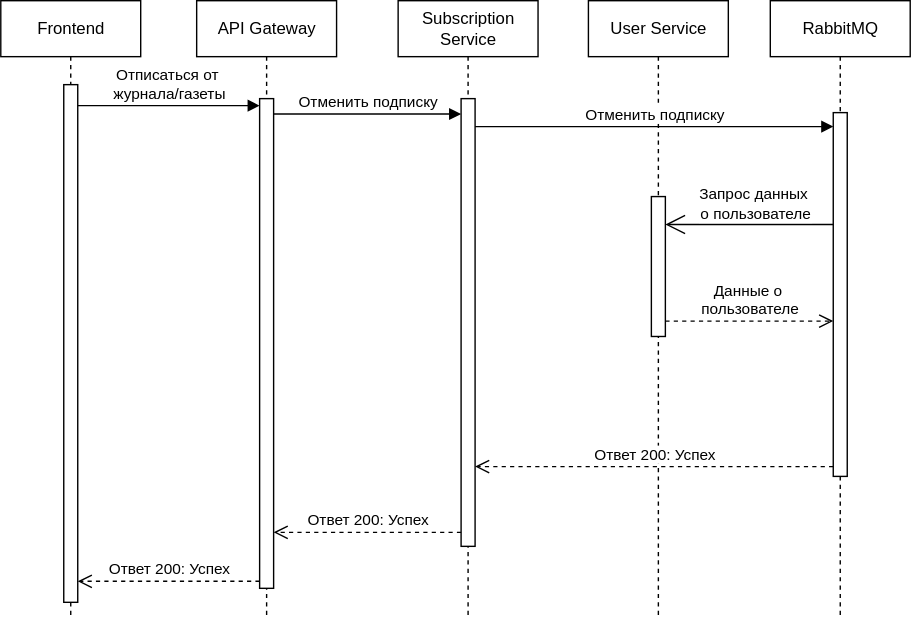
This is UML/UML_sequences_remove_subscription.svg from Michail19/NewspaperSubscriber, a draw.io export, as it was before one commit. Source tidied: cells renumbered, new cells last; positions are measured from the earlier drawing's top-left corner, leaving out a move shared by most shapes. Its diagram source:
```xml
<mxGraphModel>
  <root>
    <mxCell id="0" />
    <mxCell id="1" parent="0" />
    <mxCell id="2" value="Frontend" style="shape=umlLifeline;perimeter=lifelinePerimeter;whiteSpace=wrap;html=1;newEdgeStyle={&quot;curved&quot;:0,&quot;rounded&quot;:0};" parent="1" vertex="1">
      <mxGeometry width="100" height="440" as="geometry" />
    </mxCell>
    <mxCell id="3" style="html=1;points=[[0,0,0,0,5],[0,1,0,0,-5],[1,0,0,0,5],[1,1,0,0,-5]];perimeter=orthogonalPerimeter;outlineConnect=0;targetShapes=umlLifeline;portConstraint=eastwest;newEdgeStyle={&quot;curved&quot;:0,&quot;rounded&quot;:0};" parent="2" vertex="1">
      <mxGeometry x="45" y="60" width="10" height="370" as="geometry" />
    </mxCell>
    <mxCell id="4" value="API Gateway" style="shape=umlLifeline;perimeter=lifelinePerimeter;whiteSpace=wrap;html=1;newEdgeStyle={&quot;curved&quot;:0,&quot;rounded&quot;:0};" parent="1" vertex="1">
      <mxGeometry x="140" width="100" height="440" as="geometry" />
    </mxCell>
    <mxCell id="5" style="html=1;points=[[0,0,0,0,5],[0,1,0,0,-5],[1,0,0,0,5],[1,1,0,0,-5]];perimeter=orthogonalPerimeter;outlineConnect=0;targetShapes=umlLifeline;portConstraint=eastwest;newEdgeStyle={&quot;curved&quot;:0,&quot;rounded&quot;:0};" parent="4" vertex="1">
      <mxGeometry x="45" y="70" width="10" height="350" as="geometry" />
    </mxCell>
    <mxCell id="6" value="User Service" style="shape=umlLifeline;perimeter=lifelinePerimeter;whiteSpace=wrap;html=1;newEdgeStyle={&quot;curved&quot;:0,&quot;rounded&quot;:0};" parent="1" vertex="1">
      <mxGeometry x="420" width="100" height="440" as="geometry" />
    </mxCell>
    <mxCell id="7" style="html=1;perimeter=orthogonalPerimeter;targetShapes=umlLifeline;newEdgeStyle={&quot;curved&quot;:0,&quot;rounded&quot;:0};" parent="6" vertex="1">
      <mxGeometry x="45" y="140" width="10" height="100" as="geometry" />
    </mxCell>
    <mxCell id="8" value="Subscription Service" style="shape=umlLifeline;perimeter=lifelinePerimeter;whiteSpace=wrap;html=1;newEdgeStyle={&quot;curved&quot;:0,&quot;rounded&quot;:0};" parent="1" vertex="1">
      <mxGeometry x="284" width="100" height="440" as="geometry" />
    </mxCell>
    <mxCell id="9" style="html=1;points=[[0,0,0,0,5],[0,1,0,0,-5],[1,0,0,0,5],[1,1,0,0,-5]];perimeter=orthogonalPerimeter;outlineConnect=0;targetShapes=umlLifeline;portConstraint=eastwest;newEdgeStyle={&quot;curved&quot;:0,&quot;rounded&quot;:0};" parent="8" vertex="1">
      <mxGeometry x="45" y="70" width="10" height="320" as="geometry" />
    </mxCell>
    <mxCell id="10" value="RabbitMQ" style="shape=umlLifeline;perimeter=lifelinePerimeter;whiteSpace=wrap;html=1;newEdgeStyle={&quot;curved&quot;:0,&quot;rounded&quot;:0};" parent="1" vertex="1">
      <mxGeometry x="550" width="100" height="440" as="geometry" />
    </mxCell>
    <mxCell id="11" style="html=1;points=[[0,0,0,0,5],[0,1,0,0,-5],[1,0,0,0,5],[1,1,0,0,-5]];perimeter=orthogonalPerimeter;outlineConnect=0;targetShapes=umlLifeline;portConstraint=eastwest;newEdgeStyle={&quot;curved&quot;:0,&quot;rounded&quot;:0};" parent="10" vertex="1">
      <mxGeometry x="45" y="80" width="10" height="260" as="geometry" />
    </mxCell>
    <mxCell id="12" value="Отписаться от&amp;nbsp;&lt;div&gt;журнала/газеты&lt;/div&gt;" style="html=1;verticalAlign=bottom;endArrow=block;curved=0;rounded=0;entryX=0;entryY=0;entryDx=0;entryDy=5;" parent="1" edge="1" source="3" target="5">
      <mxGeometry relative="1" as="geometry" />
    </mxCell>
    <mxCell id="13" value="Ответ 200: Успех" style="html=1;verticalAlign=bottom;endArrow=open;dashed=1;endSize=8;curved=0;rounded=0;exitX=0;exitY=1;exitDx=0;exitDy=-5;" parent="1" edge="1" source="5" target="3">
      <mxGeometry relative="1" as="geometry" />
    </mxCell>
    <mxCell id="14" value="Отменить подписку" style="html=1;verticalAlign=bottom;endArrow=block;curved=0;rounded=0;" parent="1" edge="1" target="9">
      <mxGeometry relative="1" as="geometry">
        <mxPoint x="195" y="81" as="sourcePoint" />
      </mxGeometry>
    </mxCell>
    <mxCell id="15" value="Отменить подписку" style="html=1;verticalAlign=bottom;endArrow=block;curved=0;rounded=0;" parent="1" edge="1" target="11">
      <mxGeometry relative="1" as="geometry">
        <mxPoint x="339" y="90" as="sourcePoint" />
      </mxGeometry>
    </mxCell>
    <mxCell id="16" style="endArrow=open;endFill=1;endSize=12;html=1;rounded=0;" parent="1" edge="1">
      <mxGeometry relative="1" as="geometry">
        <mxPoint x="595" y="160" as="sourcePoint" />
        <mxPoint x="475" y="160" as="targetPoint" />
      </mxGeometry>
    </mxCell>
    <mxCell id="17" value="Запрос данных&amp;nbsp;&lt;div&gt;о пользователе&lt;/div&gt;" style="edgeLabel;html=1;align=center;verticalAlign=middle;" parent="16" vertex="1">
      <mxGeometry x="-0.28" y="-1" relative="1" as="geometry">
        <mxPoint x="-14" y="-15" as="offset" />
      </mxGeometry>
    </mxCell>
    <mxCell id="18" value="Данные о&amp;nbsp;&lt;div&gt;пользователе&lt;/div&gt;" style="html=1;verticalAlign=bottom;endArrow=open;dashed=1;endSize=8;curved=0;rounded=0;" parent="1" edge="1">
      <mxGeometry relative="1" as="geometry">
        <mxPoint x="475" y="229" as="sourcePoint" />
        <mxPoint x="595" y="229" as="targetPoint" />
      </mxGeometry>
    </mxCell>
    <mxCell id="19" value="Ответ 200: Успех" style="html=1;verticalAlign=bottom;endArrow=open;dashed=1;endSize=8;curved=0;rounded=0;" parent="1" edge="1" source="11">
      <mxGeometry relative="1" as="geometry">
        <mxPoint x="339" y="333" as="targetPoint" />
      </mxGeometry>
    </mxCell>
    <mxCell id="20" value="Ответ 200: Успех" style="html=1;verticalAlign=bottom;endArrow=open;dashed=1;endSize=8;curved=0;rounded=0;" parent="1" edge="1">
      <mxGeometry relative="1" as="geometry">
        <mxPoint x="329" y="380" as="sourcePoint" />
        <mxPoint x="195" y="380" as="targetPoint" />
      </mxGeometry>
    </mxCell>
  </root>
</mxGraphModel>
```
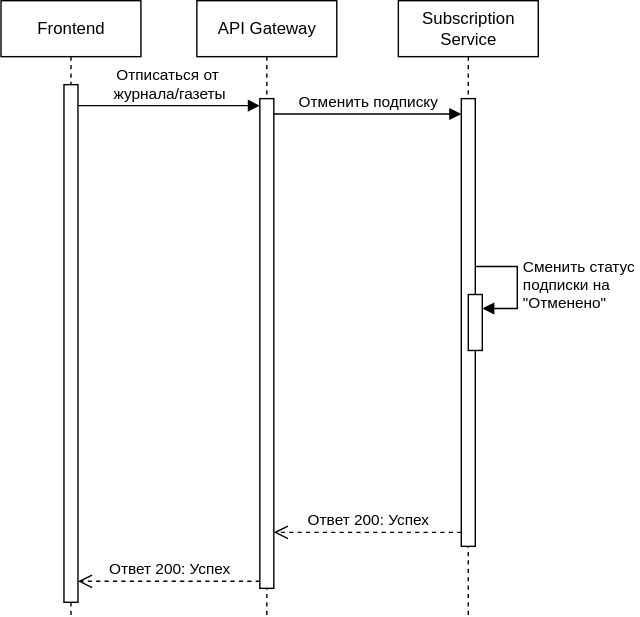
Later version of the same file.

The edit, as a diff of the source:
```diff
@@ -14,24 +14,23 @@
     <mxCell id="5" style="html=1;points=[[0,0,0,0,5],[0,1,0,0,-5],[1,0,0,0,5],[1,1,0,0,-5]];perimeter=orthogonalPerimeter;outlineConnect=0;targetShapes=umlLifeline;portConstraint=eastwest;newEdgeStyle={&quot;curved&quot;:0,&quot;rounded&quot;:0};" parent="4" vertex="1">
       <mxGeometry x="45" y="70" width="10" height="350" as="geometry" />
     </mxCell>
-    <mxCell id="6" value="User Service" style="shape=umlLifeline;perimeter=lifelinePerimeter;whiteSpace=wrap;html=1;newEdgeStyle={&quot;curved&quot;:0,&quot;rounded&quot;:0};" parent="1" vertex="1">
-      <mxGeometry x="420" width="100" height="440" as="geometry" />
-    </mxCell>
-    <mxCell id="7" style="html=1;perimeter=orthogonalPerimeter;targetShapes=umlLifeline;newEdgeStyle={&quot;curved&quot;:0,&quot;rounded&quot;:0};" parent="6" vertex="1">
-      <mxGeometry x="45" y="140" width="10" height="100" as="geometry" />
-    </mxCell>
     <mxCell id="8" value="Subscription Service" style="shape=umlLifeline;perimeter=lifelinePerimeter;whiteSpace=wrap;html=1;newEdgeStyle={&quot;curved&quot;:0,&quot;rounded&quot;:0};" parent="1" vertex="1">
       <mxGeometry x="284" width="100" height="440" as="geometry" />
     </mxCell>
     <mxCell id="9" style="html=1;points=[[0,0,0,0,5],[0,1,0,0,-5],[1,0,0,0,5],[1,1,0,0,-5]];perimeter=orthogonalPerimeter;outlineConnect=0;targetShapes=umlLifeline;portConstraint=eastwest;newEdgeStyle={&quot;curved&quot;:0,&quot;rounded&quot;:0};" parent="8" vertex="1">
       <mxGeometry x="45" y="70" width="10" height="320" as="geometry" />
     </mxCell>
-    <mxCell id="10" value="RabbitMQ" style="shape=umlLifeline;perimeter=lifelinePerimeter;whiteSpace=wrap;html=1;newEdgeStyle={&quot;curved&quot;:0,&quot;rounded&quot;:0};" parent="1" vertex="1">
-      <mxGeometry x="550" width="100" height="440" as="geometry" />
-    </mxCell>
-    <mxCell id="11" style="html=1;points=[[0,0,0,0,5],[0,1,0,0,-5],[1,0,0,0,5],[1,1,0,0,-5]];perimeter=orthogonalPerimeter;outlineConnect=0;targetShapes=umlLifeline;portConstraint=eastwest;newEdgeStyle={&quot;curved&quot;:0,&quot;rounded&quot;:0};" parent="10" vertex="1">
-      <mxGeometry x="45" y="80" width="10" height="260" as="geometry" />
-    </mxCell>
+    <mxCell id="21" style="html=1;points=[[0,0,0,0,5],[0,1,0,0,-5],[1,0,0,0,5],[1,1,0,0,-5]];perimeter=orthogonalPerimeter;outlineConnect=0;targetShapes=umlLifeline;portConstraint=eastwest;newEdgeStyle={&quot;curved&quot;:0,&quot;rounded&quot;:0};" parent="8" vertex="1">
+      <mxGeometry x="50" y="210" width="10" height="40" as="geometry" />
+    </mxCell>
+    <mxCell id="22" value="Сменить статус&amp;nbsp;&lt;div&gt;подписки на&lt;/div&gt;&lt;div&gt;&quot;Отменено&quot;&lt;/div&gt;" style="html=1;align=left;spacingLeft=2;endArrow=block;rounded=0;edgeStyle=orthogonalEdgeStyle;curved=0;rounded=0;" parent="8" edge="1" target="21">
+      <mxGeometry relative="1" as="geometry">
+        <mxPoint x="55" y="190" as="sourcePoint" />
+        <Array as="points">
+          <mxPoint x="85" y="220" />
+        </Array>
+      </mxGeometry>
+    </mxCell>
     <mxCell id="12" value="Отписаться от&amp;nbsp;&lt;div&gt;журнала/газеты&lt;/div&gt;" style="html=1;verticalAlign=bottom;endArrow=block;curved=0;rounded=0;entryX=0;entryY=0;entryDx=0;entryDy=5;" parent="1" edge="1" source="3" target="5">
       <mxGeometry relative="1" as="geometry" />
     </mxCell>
@@ -43,33 +42,6 @@
         <mxPoint x="195" y="81" as="sourcePoint" />
       </mxGeometry>
     </mxCell>
-    <mxCell id="15" value="Отменить подписку" style="html=1;verticalAlign=bottom;endArrow=block;curved=0;rounded=0;" parent="1" edge="1" target="11">
-      <mxGeometry relative="1" as="geometry">
-        <mxPoint x="339" y="90" as="sourcePoint" />
-      </mxGeometry>
-    </mxCell>
-    <mxCell id="16" style="endArrow=open;endFill=1;endSize=12;html=1;rounded=0;" parent="1" edge="1">
-      <mxGeometry relative="1" as="geometry">
-        <mxPoint x="595" y="160" as="sourcePoint" />
-        <mxPoint x="475" y="160" as="targetPoint" />
-      </mxGeometry>
-    </mxCell>
-    <mxCell id="17" value="Запрос данных&amp;nbsp;&lt;div&gt;о пользователе&lt;/div&gt;" style="edgeLabel;html=1;align=center;verticalAlign=middle;" parent="16" vertex="1">
-      <mxGeometry x="-0.28" y="-1" relative="1" as="geometry">
-        <mxPoint x="-14" y="-15" as="offset" />
-      </mxGeometry>
-    </mxCell>
-    <mxCell id="18" value="Данные о&amp;nbsp;&lt;div&gt;пользователе&lt;/div&gt;" style="html=1;verticalAlign=bottom;endArrow=open;dashed=1;endSize=8;curved=0;rounded=0;" parent="1" edge="1">
-      <mxGeometry relative="1" as="geometry">
-        <mxPoint x="475" y="229" as="sourcePoint" />
-        <mxPoint x="595" y="229" as="targetPoint" />
-      </mxGeometry>
-    </mxCell>
-    <mxCell id="19" value="Ответ 200: Успех" style="html=1;verticalAlign=bottom;endArrow=open;dashed=1;endSize=8;curved=0;rounded=0;" parent="1" edge="1" source="11">
-      <mxGeometry relative="1" as="geometry">
-        <mxPoint x="339" y="333" as="targetPoint" />
-      </mxGeometry>
-    </mxCell>
     <mxCell id="20" value="Ответ 200: Успех" style="html=1;verticalAlign=bottom;endArrow=open;dashed=1;endSize=8;curved=0;rounded=0;" parent="1" edge="1">
       <mxGeometry relative="1" as="geometry">
         <mxPoint x="329" y="380" as="sourcePoint" />
```
